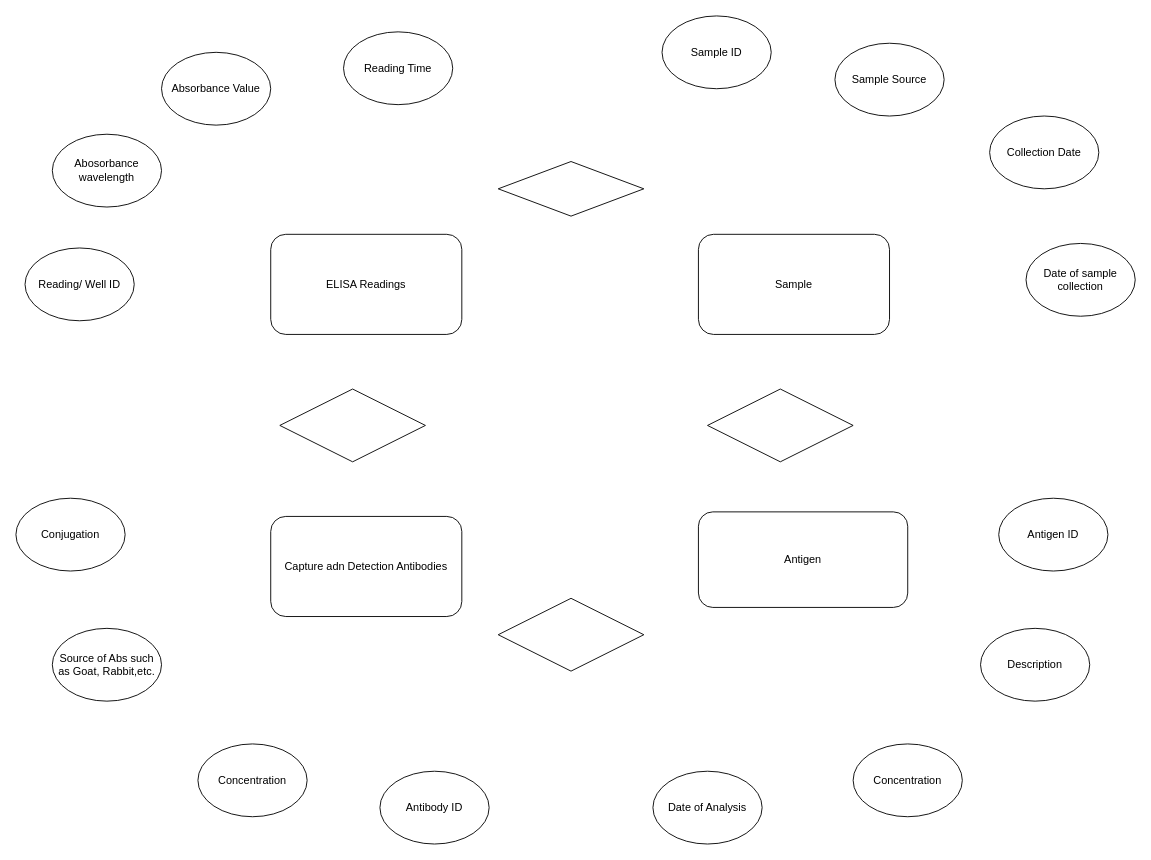
The draw.io diagram Untitled Diagram.drawio in MeyyarasanC/MeyyarasanC, before the edit. Source tidied: cells renumbered, new cells numbered last; positions are measured from the earlier drawing's top-left corner, leaving out a move shared by most shapes. Both pictures are drawn from the tidied source at 91%, with x=0, y=0 at pixel (15, 15).
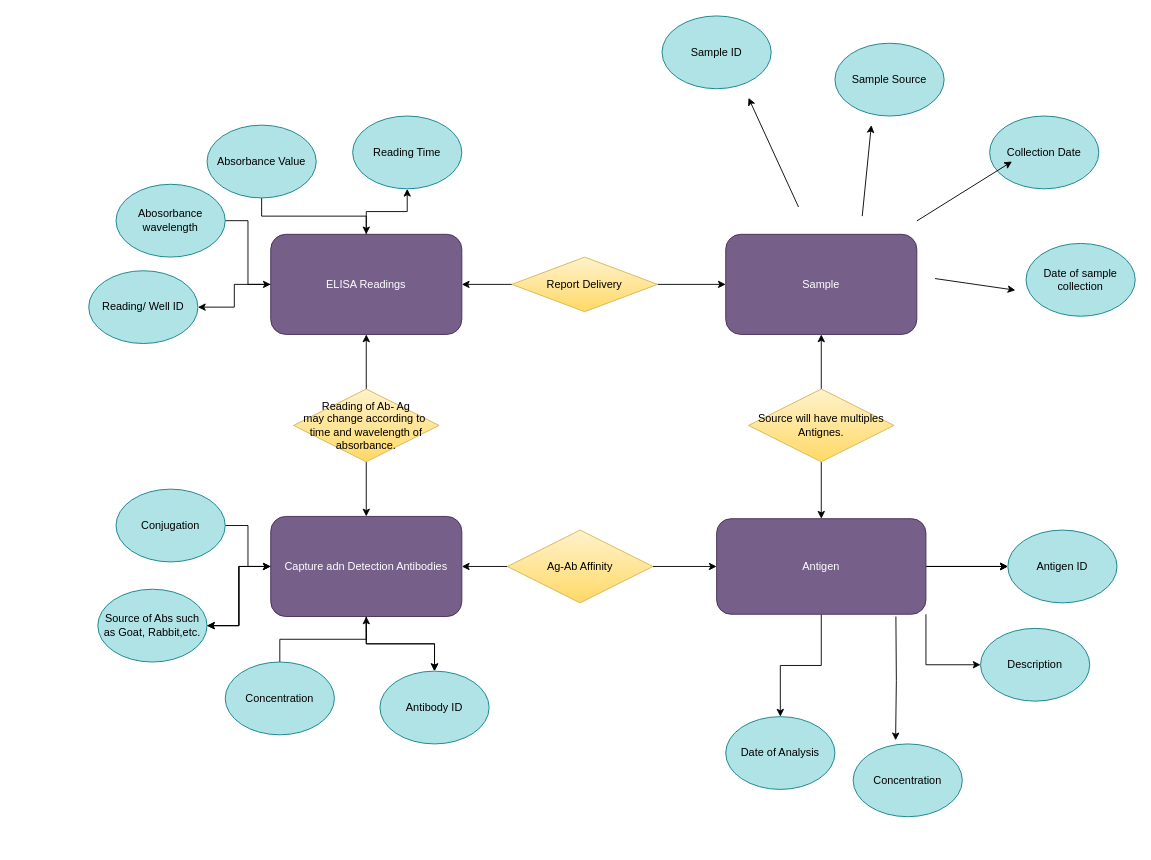
The same diagram, later.

The edit, as a diff of the source:
```diff
@@
+    <mxCell id="27" style="edgeStyle=orthogonalEdgeStyle;rounded=0;jettySize=auto;html=1;" parent="1" edge="1" source="2" target="9">
+      <mxGeometry relative="1" as="geometry" />
+    </mxCell>
+    <mxCell id="28" style="edgeStyle=orthogonalEdgeStyle;rounded=0;jettySize=auto;html=1;" parent="1" edge="1" source="2" target="6">
+      <mxGeometry relative="1" as="geometry" />
+    </mxCell>
-    <mxCell id="2" value="ELISA Readings" style="rounded=1;whiteSpace=wrap;html=1;" parent="1" vertex="1">
+    <mxCell id="2" value="ELISA Readings" style="rounded=1;whiteSpace=wrap;html=1;fillColor=#76608a;strokeColor=#432D57;fontColor=#ffffff;" parent="1" vertex="1">
       <mxGeometry x="280" y="240" width="210" height="110" as="geometry" />
     </mxCell>
+    <mxCell id="29" style="edgeStyle=orthogonalEdgeStyle;rounded=0;jettySize=auto;html=1;" parent="1" edge="1" source="3" target="14">
+      <mxGeometry relative="1" as="geometry" />
+    </mxCell>
+    <mxCell id="30" style="edgeStyle=orthogonalEdgeStyle;rounded=0;jettySize=auto;html=1;" parent="1" edge="1" source="3" target="14">
+      <mxGeometry relative="1" as="geometry" />
+    </mxCell>
+    <mxCell id="31" style="edgeStyle=orthogonalEdgeStyle;rounded=0;jettySize=auto;html=1;" parent="1" edge="1" source="3" target="17">
+      <mxGeometry relative="1" as="geometry" />
+    </mxCell>
+    <mxCell id="32" style="edgeStyle=orthogonalEdgeStyle;rounded=0;jettySize=auto;html=1;" parent="1" edge="1" source="3" target="17">
+      <mxGeometry relative="1" as="geometry" />
+    </mxCell>
-    <mxCell id="3" value="Capture adn Detection Antibodies" style="rounded=1;whiteSpace=wrap;html=1;" parent="1" vertex="1">
+    <mxCell id="3" value="Capture adn Detection Antibodies" style="rounded=1;whiteSpace=wrap;html=1;fillColor=#76608a;strokeColor=#432D57;fontColor=#ffffff;" parent="1" vertex="1">
       <mxGeometry x="280" y="550" width="210" height="110" as="geometry" />
     </mxCell>
-    <mxCell id="4" value="Sample" style="rounded=1;whiteSpace=wrap;html=1;" parent="1" vertex="1">
-      <mxGeometry x="750" y="240" width="210" height="110" as="geometry" />
+    <mxCell id="4" value="Sample" style="rounded=1;whiteSpace=wrap;html=1;fillColor=#76608a;strokeColor=#432D57;fontColor=#ffffff;" parent="1" vertex="1">
+      <mxGeometry x="780" y="240" width="210" height="110" as="geometry" />
     </mxCell>
+    <mxCell id="33" style="edgeStyle=orthogonalEdgeStyle;rounded=0;jettySize=auto;html=1;" parent="1" edge="1" source="5" target="21">
+      <mxGeometry relative="1" as="geometry" />
+    </mxCell>
+    <mxCell id="34" style="edgeStyle=orthogonalEdgeStyle;rounded=0;jettySize=auto;html=1;" parent="1" edge="1" source="5" target="21">
+      <mxGeometry relative="1" as="geometry" />
+    </mxCell>
+    <mxCell id="35" style="edgeStyle=orthogonalEdgeStyle;rounded=0;jettySize=auto;html=1;" parent="1" edge="1" source="5" target="21">
+      <mxGeometry relative="1" as="geometry" />
+    </mxCell>
+    <mxCell id="36" style="edgeStyle=orthogonalEdgeStyle;rounded=0;jettySize=auto;html=1;" parent="1" edge="1" source="5" target="20">
+      <mxGeometry relative="1" as="geometry" />
+    </mxCell>
-    <mxCell id="5" value="Antigen" style="rounded=1;whiteSpace=wrap;html=1;" parent="1" vertex="1">
-      <mxGeometry x="750" y="545" width="230" height="105" as="geometry" />
+    <mxCell id="5" value="Antigen" style="rounded=1;whiteSpace=wrap;html=1;fillColor=#76608a;strokeColor=#432D57;fontColor=#ffffff;" parent="1" vertex="1">
+      <mxGeometry x="770" y="552.5" width="230" height="105" as="geometry" />
     </mxCell>
-    <mxCell id="6" value="Reading Time" style="ellipse;whiteSpace=wrap;html=1;" parent="1" vertex="1">
-      <mxGeometry x="360" y="17.5" width="120" height="80" as="geometry" />
+    <mxCell id="6" value="Reading Time" style="ellipse;whiteSpace=wrap;html=1;fillColor=#b0e3e6;strokeColor=#0e8088;" parent="1" vertex="1">
+      <mxGeometry x="370" y="110" width="120" height="80" as="geometry" />
     </mxCell>
+    <mxCell id="37" style="edgeStyle=orthogonalEdgeStyle;rounded=0;jettySize=auto;html=1;" parent="1" edge="1" source="7" target="2">
+      <mxGeometry relative="1" as="geometry" />
+    </mxCell>
-    <mxCell id="7" value="Absorbance Value" style="ellipse;whiteSpace=wrap;html=1;" parent="1" vertex="1">
-      <mxGeometry x="160" y="40" width="120" height="80" as="geometry" />
+    <mxCell id="7" value="Absorbance Value" style="ellipse;whiteSpace=wrap;html=1;fillColor=#b0e3e6;strokeColor=#0e8088;" parent="1" vertex="1">
+      <mxGeometry x="210" y="120" width="120" height="80" as="geometry" />
     </mxCell>
+    <mxCell id="38" style="edgeStyle=orthogonalEdgeStyle;rounded=0;jettySize=auto;html=1;" parent="1" edge="1" source="8" target="2">
+      <mxGeometry relative="1" as="geometry" />
+    </mxCell>
-    <mxCell id="8" value="Abosorbance wavelength" style="ellipse;whiteSpace=wrap;html=1;" parent="1" vertex="1">
-      <mxGeometry x="40" y="130" width="120" height="80" as="geometry" />
+    <mxCell id="8" value="Abosorbance wavelength" style="ellipse;whiteSpace=wrap;html=1;fillColor=#b0e3e6;strokeColor=#0e8088;" parent="1" vertex="1">
+      <mxGeometry x="110" y="185" width="120" height="80" as="geometry" />
     </mxCell>
-    <mxCell id="9" value="Reading/ Well ID" style="ellipse;whiteSpace=wrap;html=1;" parent="1" vertex="1">
-      <mxGeometry x="10" y="255" width="120" height="80" as="geometry" />
+    <mxCell id="9" value="Reading/ Well ID" style="ellipse;whiteSpace=wrap;html=1;fillColor=#b0e3e6;strokeColor=#0e8088;" parent="1" vertex="1">
+      <mxGeometry x="80" y="280" width="120" height="80" as="geometry" />
     </mxCell>
-    <mxCell id="10" value="Sample Source" style="ellipse;whiteSpace=wrap;html=1;" parent="1" vertex="1">
+    <mxCell id="10" value="Sample Source" style="ellipse;whiteSpace=wrap;html=1;fillColor=#b0e3e6;strokeColor=#0e8088;" parent="1" vertex="1">
       <mxGeometry x="900" y="30" width="120" height="80" as="geometry" />
     </mxCell>
-    <mxCell id="11" value="Sample ID" style="ellipse;whiteSpace=wrap;html=1;" parent="1" vertex="1">
+    <mxCell id="11" value="Sample ID" style="ellipse;whiteSpace=wrap;html=1;fillColor=#b0e3e6;strokeColor=#0e8088;" parent="1" vertex="1">
       <mxGeometry x="710" width="120" height="80" as="geometry" />
     </mxCell>
-    <mxCell id="12" value="Collection Date" style="ellipse;whiteSpace=wrap;html=1;" parent="1" vertex="1">
+    <mxCell id="12" value="Collection Date" style="ellipse;whiteSpace=wrap;html=1;fillColor=#b0e3e6;strokeColor=#0e8088;" parent="1" vertex="1">
       <mxGeometry x="1070" y="110" width="120" height="80" as="geometry" />
     </mxCell>
-    <mxCell id="13" value="Date of sample collection" style="ellipse;whiteSpace=wrap;html=1;" parent="1" vertex="1">
+    <mxCell id="13" value="Date of sample collection" style="ellipse;whiteSpace=wrap;html=1;fillColor=#b0e3e6;strokeColor=#0e8088;" parent="1" vertex="1">
       <mxGeometry x="1110" y="250" width="120" height="80" as="geometry" />
     </mxCell>
-    <mxCell id="14" value="Antibody ID" style="ellipse;whiteSpace=wrap;html=1;" parent="1" vertex="1">
-      <mxGeometry x="400" y="830" width="120" height="80" as="geometry" />
+    <mxCell id="14" value="Antibody ID" style="ellipse;whiteSpace=wrap;html=1;fillColor=#b0e3e6;strokeColor=#0e8088;" parent="1" vertex="1">
+      <mxGeometry x="400" y="720" width="120" height="80" as="geometry" />
     </mxCell>
+    <mxCell id="39" style="edgeStyle=orthogonalEdgeStyle;rounded=0;jettySize=auto;html=1;" parent="1" edge="1" source="15" target="3">
+      <mxGeometry relative="1" as="geometry" />
+    </mxCell>
-    <mxCell id="15" value="Concentration" style="ellipse;whiteSpace=wrap;html=1;" parent="1" vertex="1">
-      <mxGeometry x="200" y="800" width="120" height="80" as="geometry" />
+    <mxCell id="15" value="Concentration" style="ellipse;whiteSpace=wrap;html=1;fillColor=#b0e3e6;strokeColor=#0e8088;" parent="1" vertex="1">
+      <mxGeometry x="230" y="710" width="120" height="80" as="geometry" />
     </mxCell>
+    <mxCell id="40" style="edgeStyle=orthogonalEdgeStyle;rounded=0;jettySize=auto;html=1;" parent="1" edge="1" source="16" target="3">
+      <mxGeometry relative="1" as="geometry" />
+    </mxCell>
-    <mxCell id="16" value="Conjugation" style="ellipse;whiteSpace=wrap;html=1;" parent="1" vertex="1">
-      <mxGeometry y="530" width="120" height="80" as="geometry" />
+    <mxCell id="16" value="Conjugation" style="ellipse;whiteSpace=wrap;html=1;fillColor=#b0e3e6;strokeColor=#0e8088;" parent="1" vertex="1">
+      <mxGeometry x="110" y="520" width="120" height="80" as="geometry" />
     </mxCell>
+    <mxCell id="41" style="edgeStyle=orthogonalEdgeStyle;rounded=0;jettySize=auto;html=1;" parent="1" edge="1" source="17" target="3">
+      <mxGeometry relative="1" as="geometry" />
+    </mxCell>
-    <mxCell id="17" value="Source of Abs such as Goat, Rabbit,etc." style="ellipse;whiteSpace=wrap;html=1;" parent="1" vertex="1">
-      <mxGeometry x="40" y="673" width="120" height="80" as="geometry" />
+    <mxCell id="17" value="Source of Abs such as Goat, Rabbit,etc." style="ellipse;whiteSpace=wrap;html=1;fillColor=#b0e3e6;strokeColor=#0e8088;" parent="1" vertex="1">
+      <mxGeometry x="90" y="630" width="120" height="80" as="geometry" />
     </mxCell>
@@
-    <mxCell id="19" value="Concentration" style="ellipse;whiteSpace=wrap;html=1;" parent="1" vertex="1">
+    <mxCell id="19" value="Concentration" style="ellipse;whiteSpace=wrap;html=1;fillColor=#b0e3e6;strokeColor=#0e8088;" parent="1" vertex="1">
       <mxGeometry x="920" y="800" width="120" height="80" as="geometry" />
     </mxCell>
-    <mxCell id="20" value="Date of Analysis" style="ellipse;whiteSpace=wrap;html=1;" parent="1" vertex="1">
-      <mxGeometry x="700" y="830" width="120" height="80" as="geometry" />
+    <mxCell id="20" value="Date of Analysis" style="ellipse;whiteSpace=wrap;html=1;fillColor=#b0e3e6;strokeColor=#0e8088;" parent="1" vertex="1">
+      <mxGeometry x="780" y="770" width="120" height="80" as="geometry" />
     </mxCell>
-    <mxCell id="21" value="Antigen ID" style="ellipse;whiteSpace=wrap;html=1;" parent="1" vertex="1">
-      <mxGeometry x="1080" y="530" width="120" height="80" as="geometry" />
+    <mxCell id="21" value="Antigen ID" style="ellipse;whiteSpace=wrap;html=1;fillColor=#b0e3e6;strokeColor=#0e8088;" parent="1" vertex="1">
+      <mxGeometry x="1090" y="565" width="120" height="80" as="geometry" />
     </mxCell>
-    <mxCell id="22" value="Description" style="ellipse;whiteSpace=wrap;html=1;" parent="1" vertex="1">
+    <mxCell id="22" value="Description" style="ellipse;whiteSpace=wrap;html=1;fillColor=#b0e3e6;strokeColor=#0e8088;" parent="1" vertex="1">
       <mxGeometry x="1060" y="673" width="120" height="80" as="geometry" />
     </mxCell>
+    <mxCell id="42" style="edgeStyle=orthogonalEdgeStyle;rounded=0;jettySize=auto;html=1;" parent="1" edge="1" source="23" target="3">
+      <mxGeometry relative="1" as="geometry" />
+    </mxCell>
+    <mxCell id="43" style="edgeStyle=orthogonalEdgeStyle;rounded=0;jettySize=auto;html=1;" parent="1" edge="1" source="23" target="2">
+      <mxGeometry relative="1" as="geometry" />
+    </mxCell>
-    <mxCell id="23" style="rhombus;whiteSpace=wrap;html=1;" parent="1" vertex="1">
-      <mxGeometry x="290" y="410" width="160" height="80" as="geometry" />
+    <mxCell id="23" value="Reading of Ab- Ag&lt;br&gt;may change according to&amp;nbsp;&lt;br&gt;time and wavelength of absorbance." style="rhombus;whiteSpace=wrap;html=1;fillColor=#fff2cc;strokeColor=#d6b656;gradientColor=#ffd966;" parent="1" vertex="1">
+      <mxGeometry x="305" y="410" width="160" height="80" as="geometry" />
     </mxCell>
+    <mxCell id="44" style="edgeStyle=orthogonalEdgeStyle;rounded=0;jettySize=auto;html=1;" parent="1" edge="1" source="24" target="5">
+      <mxGeometry relative="1" as="geometry" />
+    </mxCell>
+    <mxCell id="45" style="edgeStyle=orthogonalEdgeStyle;rounded=0;jettySize=auto;html=1;" parent="1" edge="1" source="24" target="4">
+      <mxGeometry relative="1" as="geometry" />
+    </mxCell>
-    <mxCell id="24" style="rhombus;whiteSpace=wrap;html=1;" parent="1" vertex="1">
-      <mxGeometry x="760" y="410" width="160" height="80" as="geometry" />
+    <mxCell id="24" value="Source will have multiples Antignes." style="rhombus;whiteSpace=wrap;html=1;fillColor=#fff2cc;strokeColor=#d6b656;gradientColor=#ffd966;" parent="1" vertex="1">
+      <mxGeometry x="805" y="410" width="160" height="80" as="geometry" />
     </mxCell>
+    <mxCell id="46" style="edgeStyle=orthogonalEdgeStyle;rounded=0;jettySize=auto;html=1;" parent="1" edge="1" source="25" target="3">
+      <mxGeometry relative="1" as="geometry" />
+    </mxCell>
+    <mxCell id="47" style="edgeStyle=orthogonalEdgeStyle;rounded=0;jettySize=auto;html=1;" parent="1" edge="1" source="25" target="5">
+      <mxGeometry relative="1" as="geometry" />
+    </mxCell>
-    <mxCell id="25" style="rhombus;whiteSpace=wrap;html=1;" parent="1" vertex="1">
-      <mxGeometry x="530" y="640" width="160" height="80" as="geometry" />
+    <mxCell id="25" value="Ag-Ab Affinity" style="rhombus;whiteSpace=wrap;html=1;fillColor=#fff2cc;strokeColor=#d6b656;gradientColor=#ffd966;" parent="1" vertex="1">
+      <mxGeometry x="540" y="565" width="160" height="80" as="geometry" />
     </mxCell>
+    <mxCell id="48" style="edgeStyle=orthogonalEdgeStyle;rounded=0;jettySize=auto;html=1;" parent="1" edge="1" source="26" target="4">
+      <mxGeometry relative="1" as="geometry" />
+    </mxCell>
+    <mxCell id="49" style="edgeStyle=orthogonalEdgeStyle;rounded=0;jettySize=auto;html=1;" parent="1" edge="1" source="26" target="2">
+      <mxGeometry relative="1" as="geometry" />
+    </mxCell>
-    <mxCell id="26" style="rhombus;whiteSpace=wrap;html=1;" parent="1" vertex="1">
-      <mxGeometry x="530" y="160" width="160" height="60" as="geometry" />
+    <mxCell id="26" value="Report Delivery" style="rhombus;whiteSpace=wrap;html=1;fillColor=#fff2cc;strokeColor=#d6b656;gradientColor=#ffd966;" parent="1" vertex="1">
+      <mxGeometry x="545" y="265" width="160" height="60" as="geometry" />
     </mxCell>
+    <mxCell id="50" style="endArrow=classic;html=1;rounded=0;" parent="1" edge="1">
+      <mxGeometry relative="1" as="geometry">
+        <mxPoint x="860" y="210" as="sourcePoint" />
+        <mxPoint x="805" y="90" as="targetPoint" />
+      </mxGeometry>
+    </mxCell>
+    <mxCell id="51" style="endArrow=classic;html=1;rounded=0;" parent="1" edge="1">
+      <mxGeometry relative="1" as="geometry">
+        <mxPoint x="930" y="220" as="sourcePoint" />
+        <mxPoint x="940" y="120" as="targetPoint" />
+      </mxGeometry>
+    </mxCell>
+    <mxCell id="52" style="endArrow=classic;html=1;rounded=0;entryX=-0.014;entryY=0.661;entryDx=0;entryDy=0;entryPerimeter=0;" parent="1" edge="1">
+      <mxGeometry relative="1" as="geometry">
+        <mxPoint x="1010" y="288.6" as="sourcePoint" />
+        <mxPoint x="1098.3" y="301.4" as="targetPoint" />
+      </mxGeometry>
+    </mxCell>
+    <mxCell id="53" style="endArrow=classic;html=1;rounded=0;exitX=0.597;exitY=-0.043;exitDx=0;exitDy=0;exitPerimeter=0;" parent="1" edge="1">
+      <mxGeometry relative="1" as="geometry">
+        <mxPoint x="990" y="225.3" as="sourcePoint" />
+        <mxPoint x="1094.6" y="160" as="targetPoint" />
+      </mxGeometry>
+    </mxCell>
+    <mxCell id="54" style="edgeStyle=orthogonalEdgeStyle;rounded=0;jettySize=auto;html=1;entryX=0;entryY=0.5;entryDx=0;entryDy=0;exitX=1;exitY=1;exitDx=0;exitDy=0;" parent="1" edge="1" source="5" target="22">
+      <mxGeometry relative="1" as="geometry" />
+    </mxCell>
+    <mxCell id="55" style="edgeStyle=orthogonalEdgeStyle;rounded=0;jettySize=auto;html=1;entryX=0.389;entryY=-0.05;entryDx=0;entryDy=0;entryPerimeter=0;" parent="1" edge="1" target="19">
+      <mxGeometry relative="1" as="geometry">
+        <mxPoint x="967" y="660" as="sourcePoint" />
+      </mxGeometry>
+    </mxCell>
```
